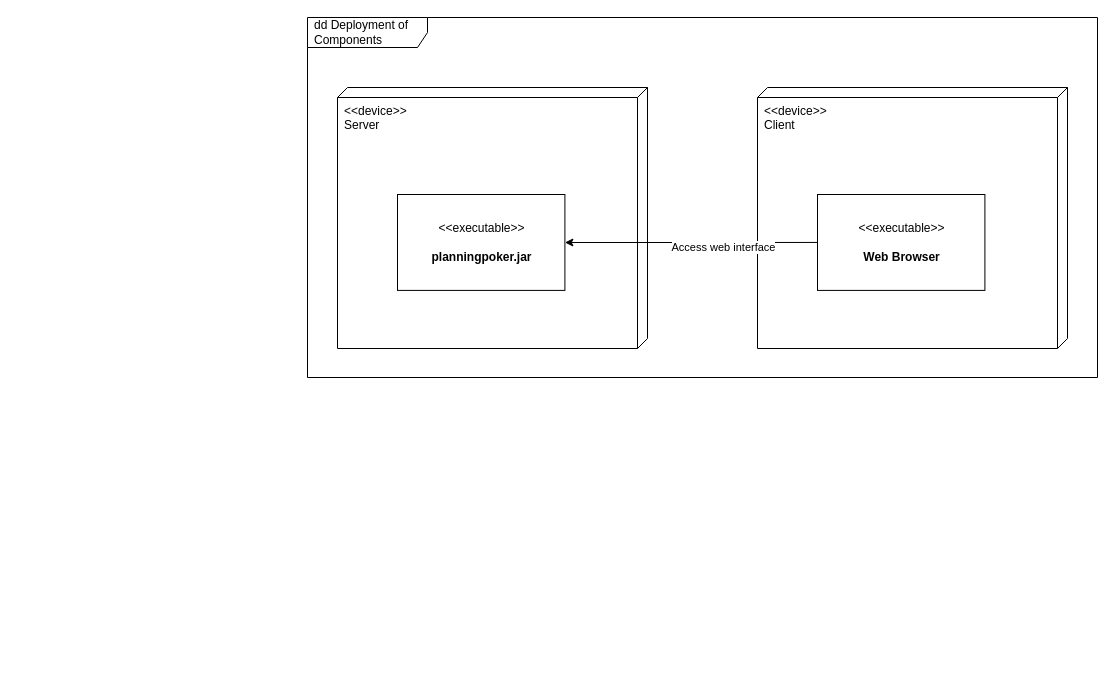
Above: docs/deployment.drawio in RillingDev/planning-poker (draw.io), before the change. Source tidied: cells renumbered, new cells numbered last; positions are measured from the earlier drawing's top-left corner, leaving out a move shared by most shapes. Both pictures are drawn from the tidied source at 100%, with x=0, y=0 at pixel (307, 17).
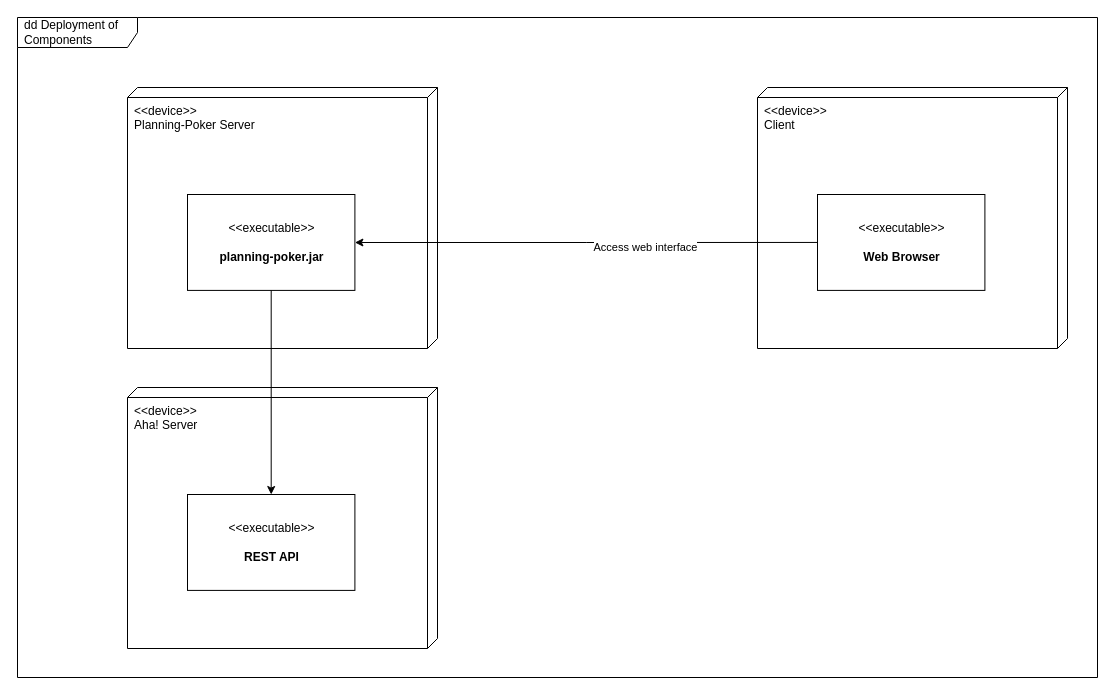
Above is the later version.

Diff of the diagram source:
```diff
@@
 <mxGraphModel>
   <root>
     <mxCell id="0" />
     <mxCell id="1" parent="0" />
     <mxCell id="2" value="dd Deployment of Components" style="shape=umlFrame;whiteSpace=wrap;html=1;width=120;height=30;boundedLbl=1;verticalAlign=middle;align=left;spacingLeft=5;" parent="1" vertex="1">
-      <mxGeometry width="790" height="360" as="geometry" />
+      <mxGeometry x="-290" width="1080" height="660" as="geometry" />
     </mxCell>
-    <mxCell id="3" value="&amp;lt;&amp;lt;device&amp;gt;&amp;gt;&lt;br&gt;Server" style="verticalAlign=top;align=left;shape=cube;size=10;direction=south;fontStyle=0;html=1;boundedLbl=1;spacingLeft=5;" parent="1" vertex="1">
-      <mxGeometry x="30" y="70" width="310" height="261" as="geometry" />
+    <mxCell id="3" value="&amp;lt;&amp;lt;device&amp;gt;&amp;gt;&lt;br&gt;Planning-Poker Server" style="verticalAlign=top;align=left;shape=cube;size=10;direction=south;fontStyle=0;html=1;boundedLbl=1;spacingLeft=5;" parent="1" vertex="1">
+      <mxGeometry x="-180" y="70" width="310" height="261" as="geometry" />
     </mxCell>
-    <mxCell id="4" value="&amp;lt;&amp;lt;executable&amp;gt;&amp;gt;&lt;br&gt;&lt;br&gt;&lt;b&gt;planningpoker.jar&lt;/b&gt;" style="text;html=1;align=center;verticalAlign=middle;dashed=0;fillColor=#ffffff;strokeColor=#000000;" parent="3" vertex="1">
+    <mxCell id="4" value="&amp;lt;&amp;lt;executable&amp;gt;&amp;gt;&lt;br&gt;&lt;br&gt;&lt;b&gt;planning-poker.jar&lt;/b&gt;" style="text;html=1;align=center;verticalAlign=middle;dashed=0;fillColor=#ffffff;strokeColor=#000000;" parent="3" vertex="1">
       <mxGeometry x="60" y="107" width="167.4" height="95.9" as="geometry" />
     </mxCell>
     <mxCell id="5" value="&amp;lt;&amp;lt;device&amp;gt;&amp;gt;&lt;br&gt;Client" style="verticalAlign=top;align=left;shape=cube;size=10;direction=south;fontStyle=0;html=1;boundedLbl=1;spacingLeft=5;" parent="1" vertex="1">
       <mxGeometry x="450" y="70" width="310" height="261" as="geometry" />
     </mxCell>
     <mxCell id="6" value="&amp;lt;&amp;lt;executable&amp;gt;&amp;gt;&lt;br&gt;&lt;br&gt;&lt;b&gt;Web Browser&lt;/b&gt;" style="text;html=1;align=center;verticalAlign=middle;dashed=0;fillColor=#ffffff;strokeColor=#000000;" parent="5" vertex="1">
       <mxGeometry x="60" y="107" width="167.4" height="95.9" as="geometry" />
     </mxCell>
     <mxCell id="7" style="edgeStyle=orthogonalEdgeStyle;rounded=0;jettySize=auto;html=1;exitX=0;exitY=0.5;exitDx=0;exitDy=0;" parent="1" edge="1" source="6" target="4">
       <mxGeometry relative="1" as="geometry" />
     </mxCell>
     <mxCell id="8" value="Access web interface" style="edgeLabel;html=1;align=center;verticalAlign=middle;" parent="7" vertex="1">
       <mxGeometry x="-0.25" y="5" relative="1" as="geometry" />
     </mxCell>
+    <mxCell id="9" value="&amp;lt;&amp;lt;device&amp;gt;&amp;gt;&lt;br&gt;Aha! Server" style="verticalAlign=top;align=left;shape=cube;size=10;direction=south;fontStyle=0;html=1;boundedLbl=1;spacingLeft=5;" parent="1" vertex="1">
+      <mxGeometry x="-180" y="370" width="310" height="261" as="geometry" />
+    </mxCell>
+    <mxCell id="10" value="&amp;lt;&amp;lt;executable&amp;gt;&amp;gt;&lt;br&gt;&lt;br&gt;&lt;b&gt;REST API&lt;/b&gt;" style="text;html=1;align=center;verticalAlign=middle;dashed=0;fillColor=#ffffff;strokeColor=#000000;" parent="9" vertex="1">
+      <mxGeometry x="60" y="107" width="167.4" height="95.9" as="geometry" />
+    </mxCell>
+    <mxCell id="11" style="edgeStyle=orthogonalEdgeStyle;rounded=0;jettySize=auto;html=1;exitX=0.5;exitY=1;exitDx=0;exitDy=0;" parent="1" edge="1" source="4" target="10">
+      <mxGeometry relative="1" as="geometry" />
+    </mxCell>
   </root>
 </mxGraphModel>
```
